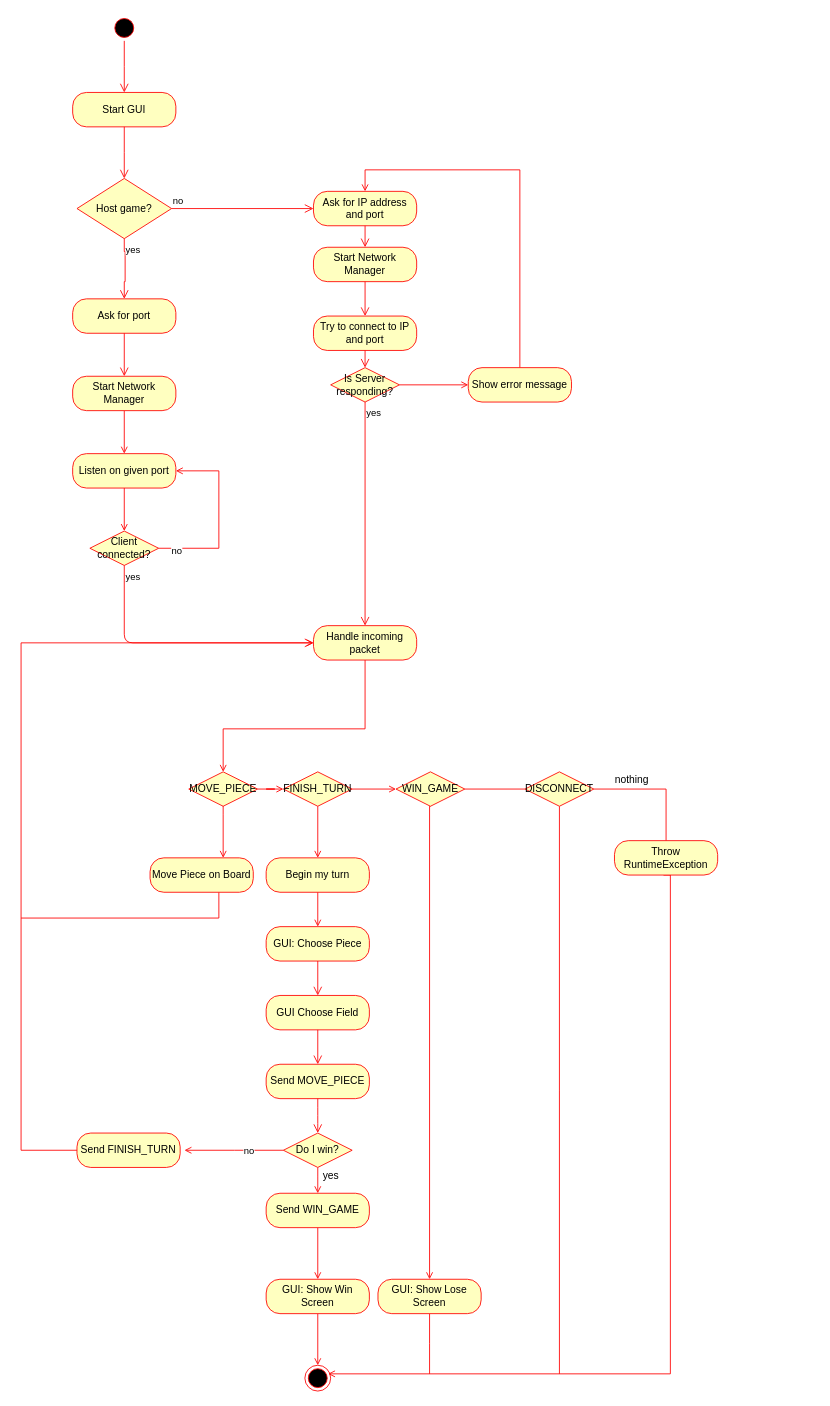
This is uml/uml_activity_diagram.drawio from Chesslix/JavaChess, a draw.io file, before an edit. Source tidied: cells renumbered, new cells numbered last; positions are measured from the earlier drawing's top-left corner, leaving out a move shared by most shapes. Both pictures are drawn from the tidied source at 86%, with x=0, y=0 at pixel (21, 15).
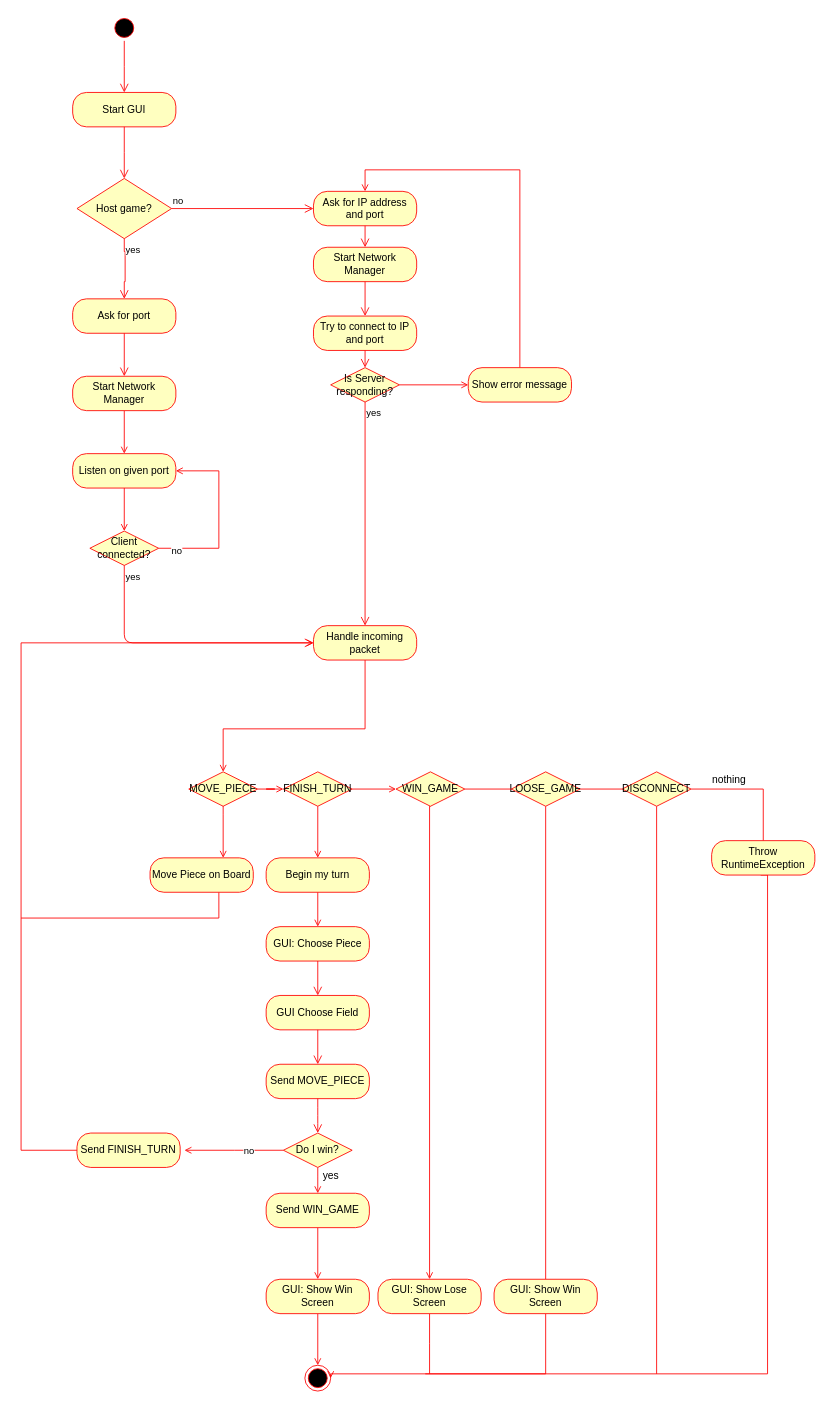
The same page after the edit.

Commit message:
Update activity_diagram

The change refers to these unchanged cells:
```xml
<mxCell id="4" style="ellipse;html=1;shape=endState;fillColor=#000000;strokeColor=#ff0000;" parent="1" vertex="1">
  <mxGeometry x="330" y="1570" width="30" height="30" as="geometry" />
</mxCell>
<mxCell id="41" value="WIN_GAME" style="rhombus;whiteSpace=wrap;html=1;fillColor=#ffffc0;strokeColor=#ff0000;" parent="1" vertex="1">
  <mxGeometry x="436" y="880" width="80" height="40" as="geometry" />
</mxCell>
```

Change to the diagram source:
```diff
@@
-    <mxCell id="40" style="edgeStyle=orthogonalEdgeStyle;rounded=0;jettySize=auto;html=1;endArrow=none;endFill=0;strokeColor=#FF0000;" parent="1" edge="1" source="41" target="44">
+    <mxCell id="40" style="edgeStyle=orthogonalEdgeStyle;rounded=0;jettySize=auto;html=1;endArrow=none;endFill=0;strokeColor=#FF0000;startArrow=none;" parent="1" edge="1" source="72" target="44">
       <mxGeometry relative="1" as="geometry" />
     </mxCell>
@@
     <mxCell id="42" style="edgeStyle=orthogonalEdgeStyle;rounded=0;jettySize=auto;html=1;endArrow=none;endFill=0;strokeColor=#FF0000;" parent="1" edge="1" source="44">
       <mxGeometry relative="1" as="geometry">
-        <mxPoint x="626" y="1580" as="targetPoint" />
+        <mxPoint x="739" y="1580" as="targetPoint" />
       </mxGeometry>
     </mxCell>
@@
     <mxCell id="44" value="DISCONNECT" style="rhombus;whiteSpace=wrap;html=1;fillColor=#ffffc0;strokeColor=#ff0000;" parent="1" vertex="1">
-      <mxGeometry x="586" y="880" width="80" height="40" as="geometry" />
+      <mxGeometry x="699" y="880" width="80" height="40" as="geometry" />
     </mxCell>
@@
-    <mxCell id="68" style="edgeStyle=orthogonalEdgeStyle;rounded=0;orthogonalLoop=1;jettySize=auto;html=1;endArrow=open;endFill=0;strokeColor=#FF0000;" parent="1" edge="1">
+    <mxCell id="68" style="edgeStyle=orthogonalEdgeStyle;rounded=0;orthogonalLoop=1;jettySize=auto;html=1;endArrow=none;endFill=0;strokeColor=#FF0000;" parent="1" edge="1">
       <mxGeometry relative="1" as="geometry">
-        <mxPoint x="747" y="1000" as="sourcePoint" />
-        <mxPoint x="357" y="1580" as="targetPoint" />
+        <mxPoint x="860" y="1000" as="sourcePoint" />
+        <mxPoint x="470" y="1580" as="targetPoint" />
         <Array as="points">
-          <mxPoint x="755" y="1000" />
-          <mxPoint x="755" y="1580" />
+          <mxPoint x="868" y="1000" />
+          <mxPoint x="868" y="1580" />
         </Array>
       </mxGeometry>
     </mxCell>
     <mxCell id="69" value="Throw RuntimeException" style="rounded=1;whiteSpace=wrap;html=1;arcSize=40;fontColor=#000000;fillColor=#ffffc0;strokeColor=#ff0000;" parent="1" vertex="1">
-      <mxGeometry x="690" y="960" width="120" height="40" as="geometry" />
+      <mxGeometry x="803" y="960" width="120" height="40" as="geometry" />
     </mxCell>
     <mxCell id="70" value="nothing" style="text;html=1;align=center;verticalAlign=middle;strokeColor=none;" parent="1" vertex="1">
-      <mxGeometry x="680" y="880" width="60" height="20" as="geometry" />
+      <mxGeometry x="793" y="880" width="60" height="20" as="geometry" />
     </mxCell>
+    <mxCell id="71" style="edgeStyle=orthogonalEdgeStyle;rounded=0;jettySize=auto;html=1;entryX=0.5;entryY=0;entryDx=0;entryDy=0;endArrow=none;endFill=0;strokeColor=#FF0000;" parent="1" edge="1" source="72" target="75">
+      <mxGeometry relative="1" as="geometry" />
+    </mxCell>
+    <mxCell id="72" value="LOOSE_GAME" style="rhombus;whiteSpace=wrap;html=1;fillColor=#ffffc0;strokeColor=#ff0000;" parent="1" vertex="1">
+      <mxGeometry x="570" y="880" width="80" height="40" as="geometry" />
+    </mxCell>
+    <mxCell id="73" style="edgeStyle=orthogonalEdgeStyle;rounded=0;jettySize=auto;html=1;endArrow=none;endFill=0;strokeColor=#FF0000;" parent="1" edge="1" source="41" target="72">
+      <mxGeometry relative="1" as="geometry" />
+    </mxCell>
+    <mxCell id="74" style="edgeStyle=orthogonalEdgeStyle;rounded=0;jettySize=auto;html=1;endArrow=open;endFill=0;entryX=1;entryY=0.5;entryDx=0;entryDy=0;strokeColor=#FF0000;" parent="1" edge="1" source="75" target="4">
+      <mxGeometry relative="1" as="geometry">
+        <Array as="points">
+          <mxPoint x="610" y="1580" />
+        </Array>
+      </mxGeometry>
+    </mxCell>
+    <mxCell id="75" value="GUI: Show Win Screen" style="rounded=1;whiteSpace=wrap;html=1;arcSize=40;fontColor=#000000;fillColor=#ffffc0;strokeColor=#ff0000;" parent="1" vertex="1">
+      <mxGeometry x="550" y="1470" width="120" height="40" as="geometry" />
+    </mxCell>
```
